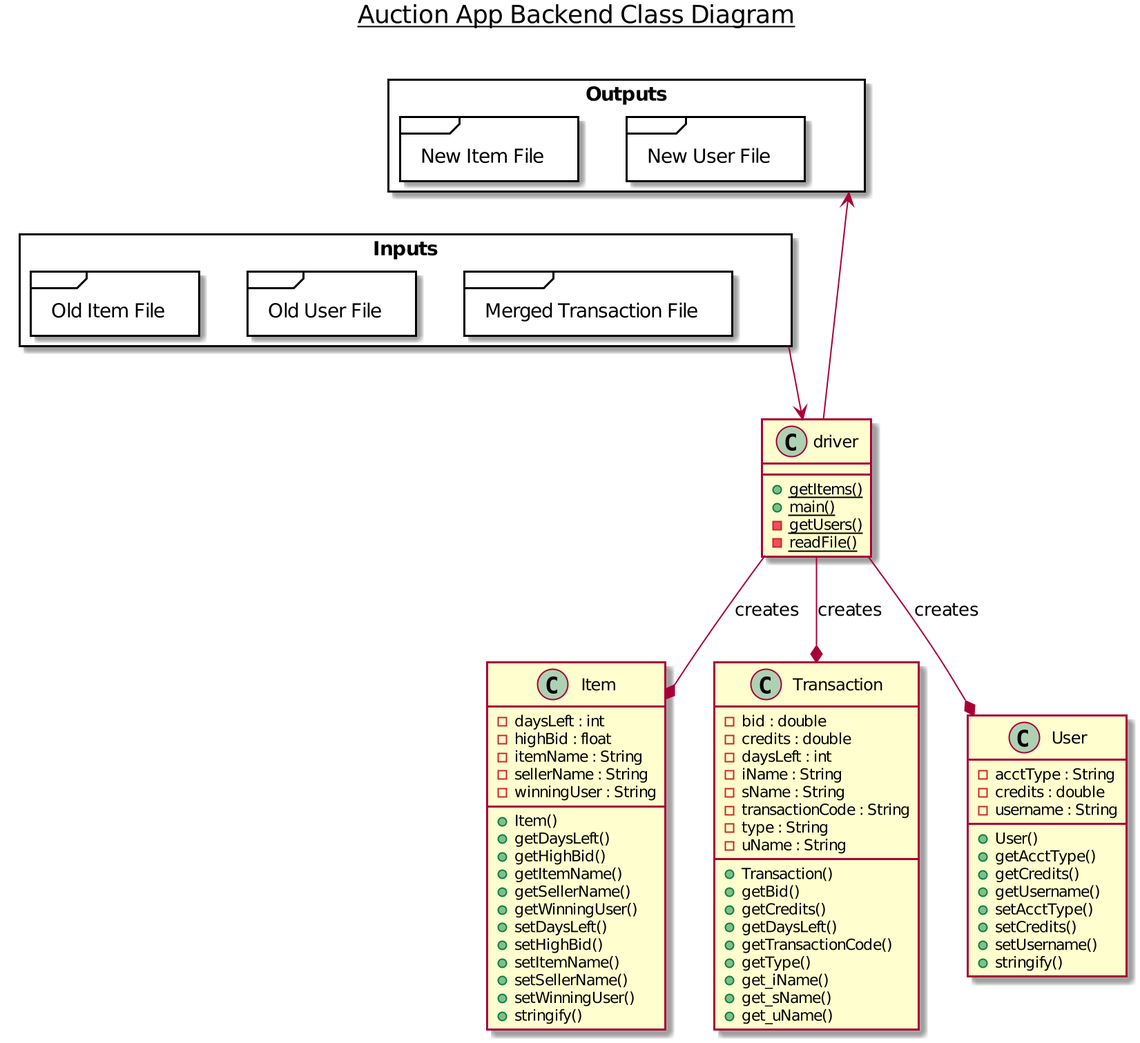
Before: uml.png, a diagram exported from PlantUML (aleemalibhai/Auction_App_Backend).
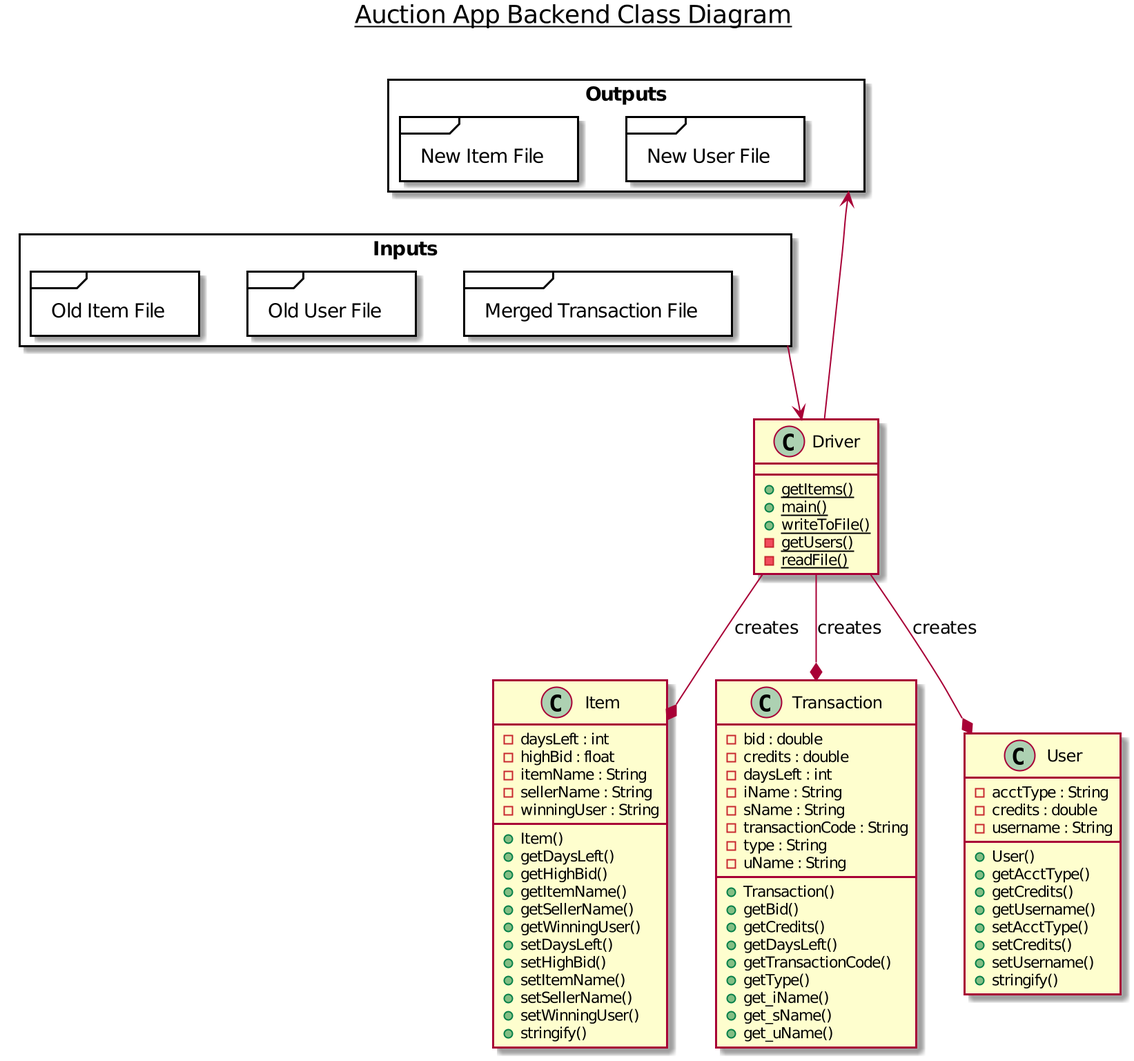
Later version of the same file.

Commit message:
uml classes and testing folder added

Change to the diagram source:
```diff
@@ -57,12 +57,13 @@
     + stringify()
 }
 
-class driver {
-    {static} + getItems()
-    {static} + main()
-    {static} - getUsers()
-    {static} - readFile()
-}
+class Driver {
+        {static} + getItems()
+        {static} + main()
+        {static} + writeToFile()
+        {static} - getUsers()
+        {static} - readFile()
+    }
 package Inputs <<Rectangle>> {
     package "Merged Transaction File"  <<frame>> {
     }
@@ -82,11 +83,11 @@
     }
 }
 
-Inputs --> driver
-Outputs <--- driver
+Inputs --> Driver
+Outputs <--- Driver
 
-driver -u-* Item : creates
-driver -u-* User : creates
-driver -u-* Transaction : creates
+Driver -u-* Item : creates
+Driver -u-* User : creates
+Driver -u-* Transaction : creates
 
 @enduml
```
